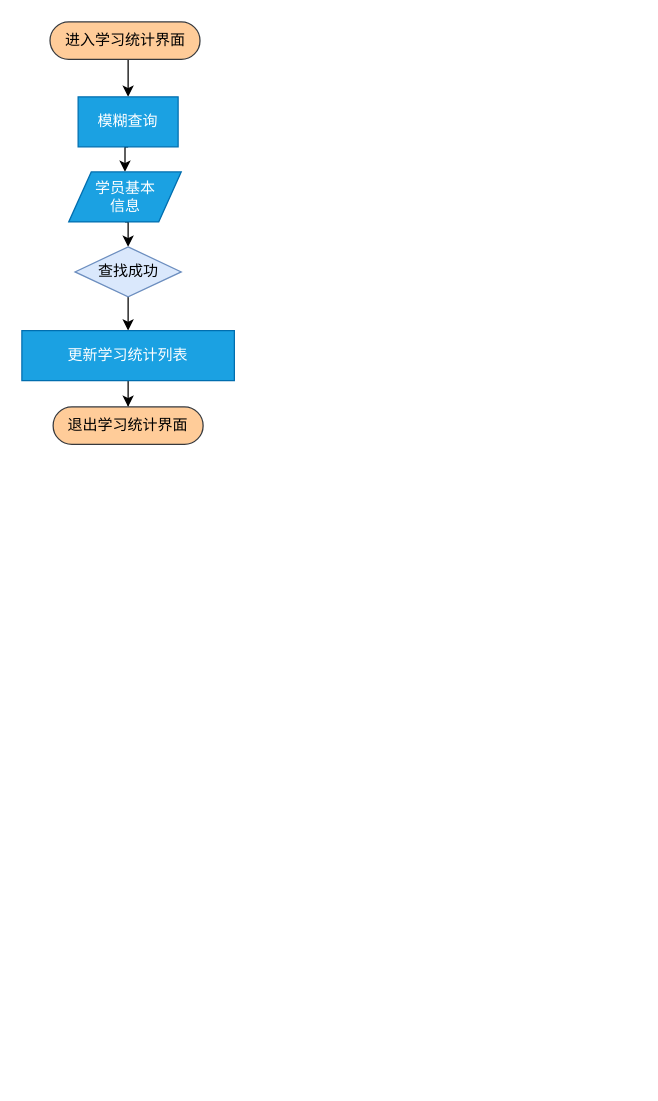
This is jiaxiaoSystem/M05_M06.drawio from Ringo-linqin/drawio, a draw.io file, before an edit. Source tidied: cells renumbered, new cells numbered last; positions are measured from the earlier drawing's top-left corner, leaving out a move shared by most shapes. Both pictures are drawn from the tidied source at 125%, with x=0, y=0 at pixel (21, 21).
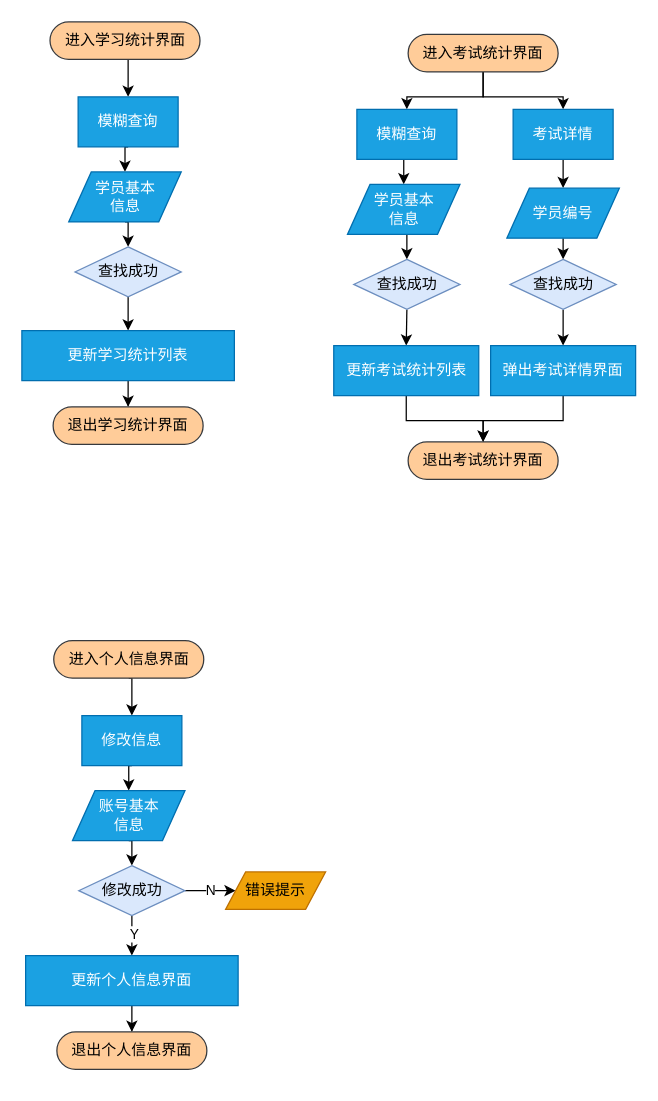
The same page after the edit.

What changed in the source:
```diff
@@
+    <mxCell id="14" style="edgeStyle=orthogonalEdgeStyle;rounded=0;jettySize=auto;html=1;exitX=0.5;exitY=0.5;exitDx=0;exitDy=15;exitPerimeter=0;entryX=0.5;entryY=0;entryDx=0;entryDy=0;" parent="1" edge="1" source="16" target="19">
+      <mxGeometry relative="1" as="geometry" />
+    </mxCell>
+    <mxCell id="15" style="edgeStyle=orthogonalEdgeStyle;rounded=0;jettySize=auto;html=1;exitX=0.5;exitY=0.5;exitDx=0;exitDy=15;exitPerimeter=0;" parent="1" edge="1" source="16" target="28">
+      <mxGeometry relative="1" as="geometry" />
+    </mxCell>
+    <mxCell id="16" value="进入考试统计界面" style="html=1;dashed=0;whiteSpace=wrap;shape=mxgraph.dfd.start;fillColor=#ffcc99;strokeColor=#36393d;" parent="1" vertex="1">
+      <mxGeometry x="309" y="10" width="120" height="30" as="geometry" />
+    </mxCell>
+    <mxCell id="17" value="退出考试统计界面" style="html=1;dashed=0;whiteSpace=wrap;shape=mxgraph.dfd.start;fillColor=#ffcc99;strokeColor=#36393d;" parent="1" vertex="1">
+      <mxGeometry x="309" y="336" width="120" height="30" as="geometry" />
+    </mxCell>
+    <mxCell id="18" style="edgeStyle=orthogonalEdgeStyle;rounded=0;jettySize=auto;html=1;exitX=0.5;exitY=1;exitDx=0;exitDy=0;entryX=0.5;entryY=0;entryDx=0;entryDy=0;" parent="1" edge="1" source="19" target="21">
+      <mxGeometry relative="1" as="geometry" />
+    </mxCell>
+    <mxCell id="19" value="模糊查询" style="html=1;dashed=0;whiteSpace=wrap;fillColor=#1ba1e2;fontColor=#ffffff;strokeColor=#006EAF;" parent="1" vertex="1">
+      <mxGeometry x="268" y="70" width="80" height="40" as="geometry" />
+    </mxCell>
+    <mxCell id="20" style="edgeStyle=orthogonalEdgeStyle;rounded=0;jettySize=auto;html=1;exitX=0.5;exitY=1;exitDx=0;exitDy=0;entryX=0.5;entryY=0;entryDx=0;entryDy=0;" parent="1" edge="1" source="21" target="23">
+      <mxGeometry relative="1" as="geometry" />
+    </mxCell>
+    <mxCell id="21" value="学员基本&lt;br&gt;信息" style="shape=parallelogram;perimeter=parallelogramPerimeter;whiteSpace=wrap;html=1;dashed=0;fillColor=#1ba1e2;fontColor=#ffffff;strokeColor=#006EAF;" parent="1" vertex="1">
+      <mxGeometry x="260.5" y="130" width="90" height="40" as="geometry" />
+    </mxCell>
+    <mxCell id="22" style="edgeStyle=orthogonalEdgeStyle;rounded=0;jettySize=auto;html=1;exitX=0.5;exitY=1;exitDx=0;exitDy=0;entryX=0.5;entryY=0;entryDx=0;entryDy=0;" parent="1" edge="1" source="23" target="25">
+      <mxGeometry relative="1" as="geometry" />
+    </mxCell>
+    <mxCell id="23" value="查找成功" style="shape=rhombus;html=1;dashed=0;whiteSpace=wrap;perimeter=rhombusPerimeter;fillColor=#dae8fc;strokeColor=#6c8ebf;" parent="1" vertex="1">
+      <mxGeometry x="265.5" y="190" width="85" height="40" as="geometry" />
+    </mxCell>
+    <mxCell id="24" style="edgeStyle=orthogonalEdgeStyle;rounded=0;jettySize=auto;html=1;exitX=0.5;exitY=1;exitDx=0;exitDy=0;" parent="1" edge="1" source="25" target="17">
+      <mxGeometry relative="1" as="geometry" />
+    </mxCell>
+    <mxCell id="25" value="更新考试统计列表" style="html=1;dashed=0;whiteSpace=wrap;fillColor=#1ba1e2;fontColor=#ffffff;strokeColor=#006EAF;" parent="1" vertex="1">
+      <mxGeometry x="249.5" y="259" width="116" height="40" as="geometry" />
+    </mxCell>
+    <mxCell id="26" style="edgeStyle=orthogonalEdgeStyle;rounded=0;orthogonalLoop=1;jettySize=auto;html=1;exitX=0.5;exitY=0.5;exitDx=0;exitDy=15;exitPerimeter=0;" parent="1" edge="1" source="17" target="17">
+      <mxGeometry relative="1" as="geometry" />
+    </mxCell>
+    <mxCell id="27" style="edgeStyle=orthogonalEdgeStyle;rounded=0;jettySize=auto;html=1;exitX=0.5;exitY=1;exitDx=0;exitDy=0;entryX=0.5;entryY=0;entryDx=0;entryDy=0;" parent="1" edge="1" source="28" target="30">
+      <mxGeometry relative="1" as="geometry" />
+    </mxCell>
+    <mxCell id="28" value="考试详情" style="html=1;dashed=0;whiteSpace=wrap;fillColor=#1ba1e2;fontColor=#ffffff;strokeColor=#006EAF;" parent="1" vertex="1">
+      <mxGeometry x="393" y="70" width="80" height="40" as="geometry" />
+    </mxCell>
+    <mxCell id="29" style="edgeStyle=orthogonalEdgeStyle;rounded=0;jettySize=auto;html=1;exitX=0.5;exitY=1;exitDx=0;exitDy=0;entryX=0.5;entryY=0;entryDx=0;entryDy=0;" parent="1" edge="1" source="30" target="32">
+      <mxGeometry relative="1" as="geometry" />
+    </mxCell>
+    <mxCell id="30" value="学员编号" style="shape=parallelogram;perimeter=parallelogramPerimeter;whiteSpace=wrap;html=1;dashed=0;fillColor=#1ba1e2;fontColor=#ffffff;strokeColor=#006EAF;" parent="1" vertex="1">
+      <mxGeometry x="388" y="133" width="90" height="40" as="geometry" />
+    </mxCell>
+    <mxCell id="31" style="edgeStyle=orthogonalEdgeStyle;rounded=0;jettySize=auto;html=1;exitX=0.5;exitY=1;exitDx=0;exitDy=0;" parent="1" edge="1" source="32" target="34">
+      <mxGeometry relative="1" as="geometry" />
+    </mxCell>
+    <mxCell id="32" value="查找成功" style="shape=rhombus;html=1;dashed=0;whiteSpace=wrap;perimeter=rhombusPerimeter;fillColor=#dae8fc;strokeColor=#6c8ebf;" parent="1" vertex="1">
+      <mxGeometry x="390.5" y="190" width="85" height="40" as="geometry" />
+    </mxCell>
+    <mxCell id="33" style="edgeStyle=orthogonalEdgeStyle;rounded=0;jettySize=auto;html=1;exitX=0.5;exitY=1;exitDx=0;exitDy=0;entryX=0.5;entryY=0.5;entryDx=0;entryDy=-15;entryPerimeter=0;" parent="1" edge="1" source="34" target="17">
+      <mxGeometry relative="1" as="geometry" />
+    </mxCell>
+    <mxCell id="34" value="弹出考试详情界面" style="html=1;dashed=0;whiteSpace=wrap;fillColor=#1ba1e2;fontColor=#ffffff;strokeColor=#006EAF;" parent="1" vertex="1">
+      <mxGeometry x="375" y="259" width="116" height="40" as="geometry" />
+    </mxCell>
+    <mxCell id="35" style="edgeStyle=orthogonalEdgeStyle;rounded=0;jettySize=auto;html=1;exitX=0.5;exitY=0.5;exitDx=0;exitDy=15;exitPerimeter=0;entryX=0.5;entryY=0;entryDx=0;entryDy=0;" parent="1" edge="1" source="36" target="39">
+      <mxGeometry relative="1" as="geometry" />
+    </mxCell>
+    <mxCell id="36" value="进入个人信息界面" style="html=1;dashed=0;whiteSpace=wrap;shape=mxgraph.dfd.start;fillColor=#ffcc99;strokeColor=#36393d;" parent="1" vertex="1">
+      <mxGeometry x="25.5" y="495" width="120" height="30" as="geometry" />
+    </mxCell>
+    <mxCell id="37" value="退出个人信息界面" style="html=1;dashed=0;whiteSpace=wrap;shape=mxgraph.dfd.start;fillColor=#ffcc99;strokeColor=#36393d;" parent="1" vertex="1">
+      <mxGeometry x="28" y="808" width="120" height="30" as="geometry" />
+    </mxCell>
+    <mxCell id="38" style="edgeStyle=orthogonalEdgeStyle;rounded=0;jettySize=auto;html=1;exitX=0.5;exitY=1;exitDx=0;exitDy=0;entryX=0.5;entryY=0;entryDx=0;entryDy=0;" parent="1" edge="1" source="39" target="41">
+      <mxGeometry relative="1" as="geometry" />
+    </mxCell>
+    <mxCell id="39" value="修改信息" style="html=1;dashed=0;whiteSpace=wrap;fillColor=#1ba1e2;fontColor=#ffffff;strokeColor=#006EAF;" parent="1" vertex="1">
+      <mxGeometry x="48" y="555" width="80" height="40" as="geometry" />
+    </mxCell>
+    <mxCell id="40" style="edgeStyle=orthogonalEdgeStyle;rounded=0;jettySize=auto;html=1;exitX=0.5;exitY=1;exitDx=0;exitDy=0;entryX=0.5;entryY=0;entryDx=0;entryDy=0;" parent="1" edge="1" source="41" target="46">
+      <mxGeometry relative="1" as="geometry" />
+    </mxCell>
+    <mxCell id="41" value="账号基本&lt;br&gt;信息" style="shape=parallelogram;perimeter=parallelogramPerimeter;whiteSpace=wrap;html=1;dashed=0;fillColor=#1ba1e2;fontColor=#ffffff;strokeColor=#006EAF;" parent="1" vertex="1">
+      <mxGeometry x="40.5" y="615" width="90" height="40" as="geometry" />
+    </mxCell>
+    <mxCell id="42" style="edgeStyle=orthogonalEdgeStyle;rounded=0;jettySize=auto;html=1;exitX=0.5;exitY=1;exitDx=0;exitDy=0;entryX=0.5;entryY=0;entryDx=0;entryDy=0;" parent="1" edge="1" source="46" target="48">
+      <mxGeometry relative="1" as="geometry" />
+    </mxCell>
+    <mxCell id="43" value="Y" style="edgeLabel;html=1;align=center;verticalAlign=middle;" parent="42" vertex="1">
+      <mxGeometry x="-0.14" y="1" relative="1" as="geometry" />
+    </mxCell>
+    <mxCell id="44" style="edgeStyle=orthogonalEdgeStyle;rounded=0;jettySize=auto;html=1;exitX=1;exitY=0.5;exitDx=0;exitDy=0;" parent="1" edge="1" source="46" target="50">
+      <mxGeometry relative="1" as="geometry" />
+    </mxCell>
+    <mxCell id="45" value="N" style="edgeLabel;html=1;align=center;verticalAlign=middle;" parent="44" vertex="1">
+      <mxGeometry x="0.26" y="1" relative="1" as="geometry" />
+    </mxCell>
+    <mxCell id="46" value="修改成功" style="shape=rhombus;html=1;dashed=0;whiteSpace=wrap;perimeter=rhombusPerimeter;fillColor=#dae8fc;strokeColor=#6c8ebf;" parent="1" vertex="1">
+      <mxGeometry x="45.5" y="675" width="85" height="40" as="geometry" />
+    </mxCell>
+    <mxCell id="47" style="edgeStyle=orthogonalEdgeStyle;rounded=0;jettySize=auto;html=1;exitX=0.5;exitY=1;exitDx=0;exitDy=0;" parent="1" edge="1" source="48" target="37">
+      <mxGeometry relative="1" as="geometry" />
+    </mxCell>
+    <mxCell id="48" value="更新个人信息界面" style="html=1;dashed=0;whiteSpace=wrap;fillColor=#1ba1e2;fontColor=#ffffff;strokeColor=#006EAF;" parent="1" vertex="1">
+      <mxGeometry x="3" y="747" width="170" height="40" as="geometry" />
+    </mxCell>
+    <mxCell id="49" style="edgeStyle=orthogonalEdgeStyle;rounded=0;orthogonalLoop=1;jettySize=auto;html=1;exitX=0.5;exitY=0.5;exitDx=0;exitDy=15;exitPerimeter=0;" parent="1" edge="1" source="37" target="37">
+      <mxGeometry relative="1" as="geometry" />
+    </mxCell>
+    <mxCell id="50" value="错误提示" style="shape=parallelogram;perimeter=parallelogramPerimeter;whiteSpace=wrap;html=1;dashed=0;fillColor=#f0a30a;fontColor=#000000;strokeColor=#BD7000;" parent="1" vertex="1">
+      <mxGeometry x="163" y="680" width="80" height="30" as="geometry" />
+    </mxCell>
```
